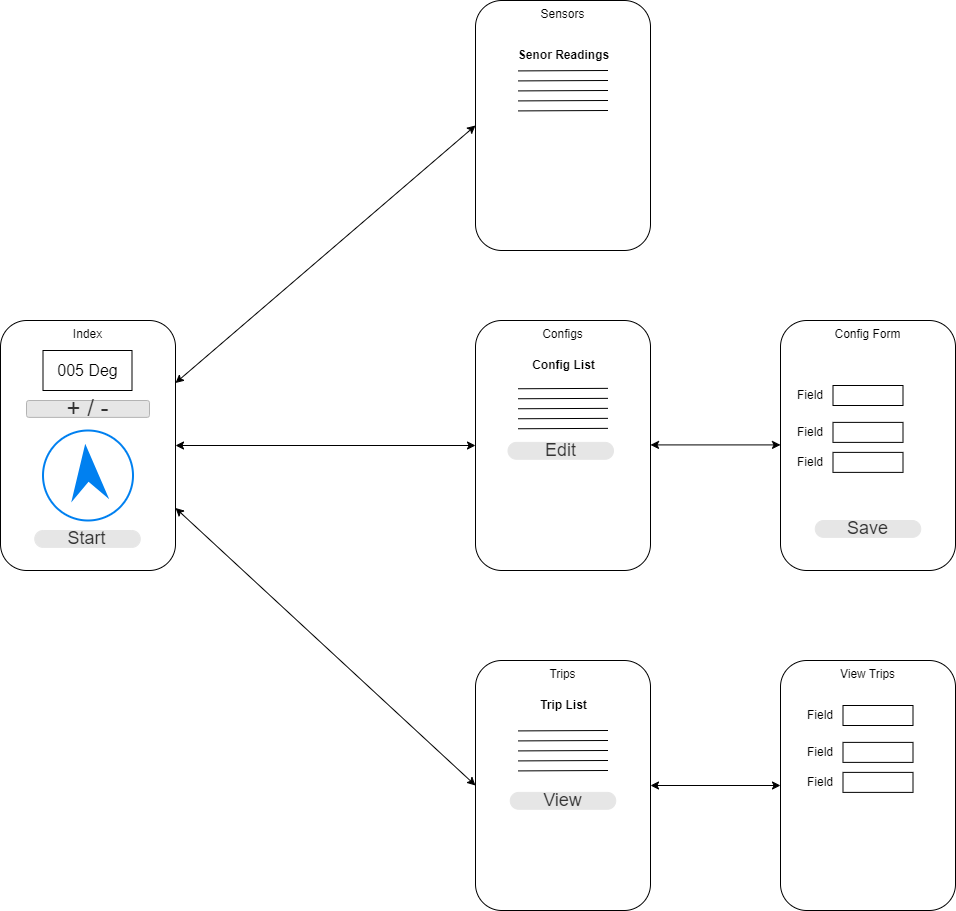
SailoBam/slap keeps this draw.io diagram as slap/docs/report/design/navigationDesign.drawio.png. Above is the earlier version. Source tidied: cells renumbered, new cells last; positions are measured from the earlier drawing's top-left corner, leaving out a move shared by most shapes.
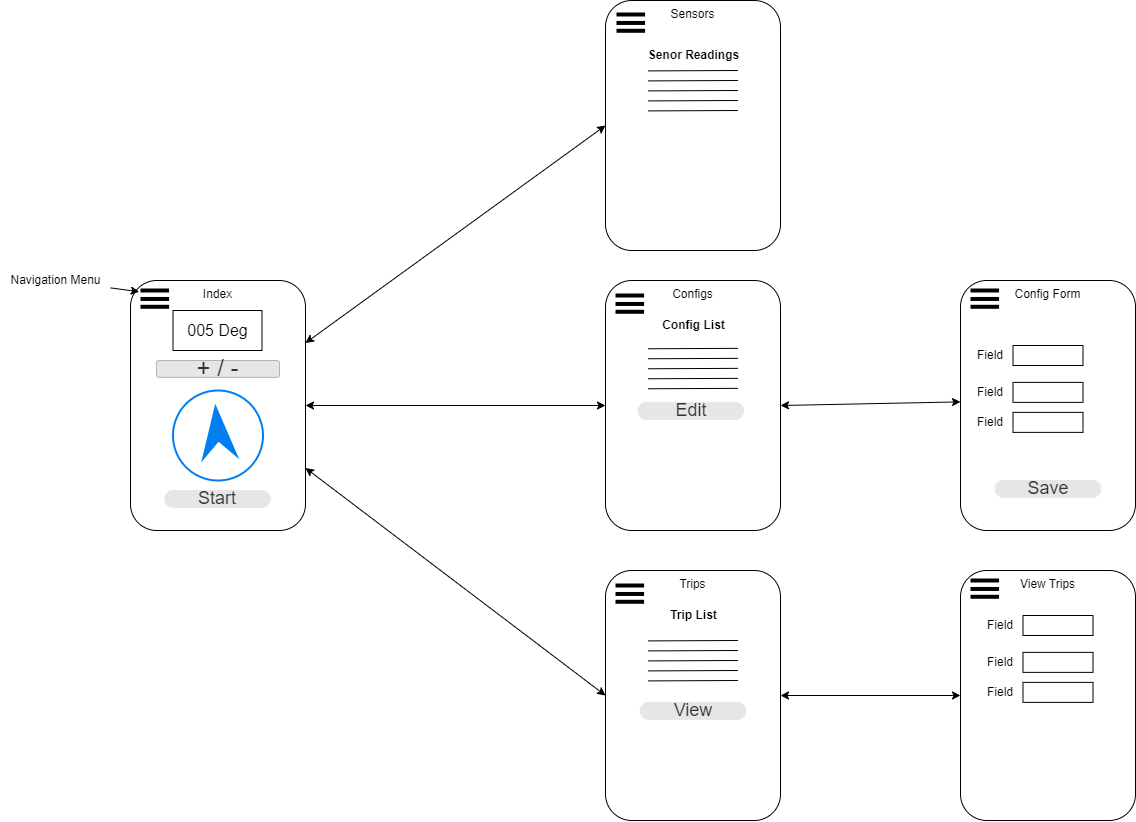
The same file after the commit.

Change to the diagram source:
```diff
@@ -12,16 +12,16 @@
       <mxGeometry x="475" y="320" width="175" height="250" as="geometry" />
     </mxCell>
     <mxCell id="5" value="&lt;span style=&quot;color: rgb(0, 0, 0);&quot;&gt;Config Form&lt;/span&gt;" style="rounded=1;whiteSpace=wrap;html=1;verticalAlign=top;" parent="1" vertex="1">
-      <mxGeometry x="780" y="320" width="175" height="250" as="geometry" />
+      <mxGeometry x="830" y="320" width="175" height="250" as="geometry" />
     </mxCell>
     <mxCell id="6" value="&lt;span style=&quot;color: rgb(0, 0, 0);&quot;&gt;Trips&lt;/span&gt;" style="rounded=1;whiteSpace=wrap;html=1;verticalAlign=top;" parent="1" vertex="1">
-      <mxGeometry x="475" y="660" width="175" height="250" as="geometry" />
+      <mxGeometry x="475" y="610" width="175" height="250" as="geometry" />
     </mxCell>
     <mxCell id="7" value="&lt;span style=&quot;color: rgb(0, 0, 0);&quot;&gt;Sensors&lt;/span&gt;" style="rounded=1;whiteSpace=wrap;html=1;verticalAlign=top;" parent="1" vertex="1">
-      <mxGeometry x="475" width="175" height="250" as="geometry" />
+      <mxGeometry x="475" y="40" width="175" height="250" as="geometry" />
     </mxCell>
     <mxCell id="8" value="&lt;span style=&quot;color: rgb(0, 0, 0);&quot;&gt;View Trips&lt;/span&gt;" style="rounded=1;whiteSpace=wrap;html=1;verticalAlign=top;" parent="1" vertex="1">
-      <mxGeometry x="780" y="660" width="175" height="250" as="geometry" />
+      <mxGeometry x="830" y="610" width="175" height="250" as="geometry" />
     </mxCell>
     <mxCell id="9" style="edgeStyle=none;html=1;exitX=1;exitY=0.25;exitDx=0;exitDy=0;entryX=0;entryY=0.5;entryDx=0;entryDy=0;endArrow=classic;endFill=1;startArrow=classic;startFill=1;verticalAlign=top;" parent="1" edge="1" source="3" target="7">
       <mxGeometry relative="1" as="geometry" />
@@ -32,10 +32,9 @@
     <mxCell id="11" style="edgeStyle=none;html=1;exitX=1;exitY=0.5;exitDx=0;exitDy=0;entryX=0;entryY=0.5;entryDx=0;entryDy=0;endArrow=classic;endFill=1;startArrow=classic;startFill=1;verticalAlign=top;" parent="1" edge="1" source="6" target="8">
       <mxGeometry relative="1" as="geometry" />
     </mxCell>
-    <mxCell id="12" style="edgeStyle=none;html=1;exitX=1;exitY=0.5;exitDx=0;exitDy=0;entryX=0;entryY=0.5;entryDx=0;entryDy=0;endArrow=classic;endFill=1;startArrow=classic;startFill=1;verticalAlign=top;" parent="1" edge="1">
+    <mxCell id="12" style="edgeStyle=none;html=1;exitX=1;exitY=0.5;exitDx=0;exitDy=0;entryX=0;entryY=0.75;entryDx=0;entryDy=0;endArrow=classic;endFill=1;startArrow=classic;startFill=1;verticalAlign=top;" parent="1" edge="1" source="4">
       <mxGeometry relative="1" as="geometry">
-        <mxPoint x="650" y="444.4" as="sourcePoint" />
-        <mxPoint x="780" y="444.4" as="targetPoint" />
+        <mxPoint x="830" y="441.4" as="targetPoint" />
       </mxGeometry>
     </mxCell>
     <mxCell id="13" style="html=1;verticalLabelPosition=bottom;align=center;labelBackgroundColor=#ffffff;verticalAlign=top;strokeWidth=2;strokeColor=#0080F0;shadow=0;dashed=0;shape=mxgraph.ios7.icons.location_2;rotation=-50;direction=east;" parent="1" vertex="1">
@@ -51,36 +50,36 @@
       <mxGeometry x="34.2" y="530" width="105.5" height="16.9" as="geometry" />
     </mxCell>
     <mxCell id="17" value="Senor Readings" style="text;html=1;align=center;verticalAlign=middle;strokeColor=none;fillColor=none;fontStyle=1;" parent="1" vertex="1">
-      <mxGeometry x="507.5" y="40" width="110" height="30" as="geometry" />
+      <mxGeometry x="507.5" y="80" width="110" height="30" as="geometry" />
     </mxCell>
     <mxCell id="18" style="endArrow=none;html=1;" parent="1" edge="1">
       <mxGeometry relative="1" as="geometry">
-        <mxPoint x="517.5" y="70.4" as="sourcePoint" />
-        <mxPoint x="607.5" y="70" as="targetPoint" />
+        <mxPoint x="517.5" y="110.4" as="sourcePoint" />
+        <mxPoint x="607.5" y="110" as="targetPoint" />
       </mxGeometry>
     </mxCell>
     <mxCell id="19" style="endArrow=none;html=1;" parent="1" edge="1">
       <mxGeometry relative="1" as="geometry">
-        <mxPoint x="517.5" y="80.4" as="sourcePoint" />
-        <mxPoint x="607.5" y="80" as="targetPoint" />
+        <mxPoint x="517.5" y="120.4" as="sourcePoint" />
+        <mxPoint x="607.5" y="120" as="targetPoint" />
       </mxGeometry>
     </mxCell>
     <mxCell id="20" style="endArrow=none;html=1;" parent="1" edge="1">
       <mxGeometry relative="1" as="geometry">
-        <mxPoint x="517.5" y="90.4" as="sourcePoint" />
-        <mxPoint x="607.5" y="90" as="targetPoint" />
+        <mxPoint x="517.5" y="130.4" as="sourcePoint" />
+        <mxPoint x="607.5" y="130" as="targetPoint" />
       </mxGeometry>
     </mxCell>
     <mxCell id="21" style="endArrow=none;html=1;" parent="1" edge="1">
       <mxGeometry relative="1" as="geometry">
-        <mxPoint x="517.5" y="100.4" as="sourcePoint" />
-        <mxPoint x="607.5" y="100" as="targetPoint" />
+        <mxPoint x="517.5" y="140.4" as="sourcePoint" />
+        <mxPoint x="607.5" y="140" as="targetPoint" />
       </mxGeometry>
     </mxCell>
     <mxCell id="22" style="endArrow=none;html=1;" parent="1" edge="1">
       <mxGeometry relative="1" as="geometry">
-        <mxPoint x="517.5" y="110.4" as="sourcePoint" />
-        <mxPoint x="607.5" y="110" as="targetPoint" />
+        <mxPoint x="517.5" y="150.4" as="sourcePoint" />
+        <mxPoint x="607.5" y="150" as="targetPoint" />
       </mxGeometry>
     </mxCell>
     <mxCell id="23" style="endArrow=none;html=1;" parent="1" edge="1">
@@ -115,84 +114,216 @@
     </mxCell>
     <mxCell id="28" style="endArrow=none;html=1;" parent="1" edge="1">
       <mxGeometry relative="1" as="geometry">
-        <mxPoint x="517.5" y="730.4" as="sourcePoint" />
-        <mxPoint x="607.5" y="730" as="targetPoint" />
+        <mxPoint x="517.5" y="680.4" as="sourcePoint" />
+        <mxPoint x="607.5" y="680" as="targetPoint" />
       </mxGeometry>
     </mxCell>
     <mxCell id="29" style="endArrow=none;html=1;" parent="1" edge="1">
       <mxGeometry relative="1" as="geometry">
-        <mxPoint x="517.5" y="740.4" as="sourcePoint" />
-        <mxPoint x="607.5" y="740" as="targetPoint" />
+        <mxPoint x="517.5" y="690.4" as="sourcePoint" />
+        <mxPoint x="607.5" y="690" as="targetPoint" />
       </mxGeometry>
     </mxCell>
     <mxCell id="30" style="endArrow=none;html=1;" parent="1" edge="1">
       <mxGeometry relative="1" as="geometry">
-        <mxPoint x="517.5" y="750.4" as="sourcePoint" />
-        <mxPoint x="607.5" y="750" as="targetPoint" />
+        <mxPoint x="517.5" y="700.4" as="sourcePoint" />
+        <mxPoint x="607.5" y="700" as="targetPoint" />
       </mxGeometry>
     </mxCell>
     <mxCell id="31" style="endArrow=none;html=1;" parent="1" edge="1">
       <mxGeometry relative="1" as="geometry">
-        <mxPoint x="517.5" y="760.4" as="sourcePoint" />
-        <mxPoint x="607.5" y="760" as="targetPoint" />
+        <mxPoint x="517.5" y="710.4" as="sourcePoint" />
+        <mxPoint x="607.5" y="710" as="targetPoint" />
       </mxGeometry>
     </mxCell>
     <mxCell id="32" style="endArrow=none;html=1;" parent="1" edge="1">
       <mxGeometry relative="1" as="geometry">
-        <mxPoint x="517.5" y="770.4" as="sourcePoint" />
-        <mxPoint x="607.5" y="770" as="targetPoint" />
+        <mxPoint x="517.5" y="720.4" as="sourcePoint" />
+        <mxPoint x="607.5" y="720" as="targetPoint" />
       </mxGeometry>
     </mxCell>
     <mxCell id="33" value="Config List" style="text;html=1;align=center;verticalAlign=middle;strokeColor=none;fillColor=none;fontStyle=1;" parent="1" vertex="1">
       <mxGeometry x="522.5" y="350" width="80" height="30" as="geometry" />
     </mxCell>
     <mxCell id="34" value="&lt;span&gt;Trip List&lt;/span&gt;" style="text;html=1;align=center;verticalAlign=middle;strokeColor=none;fillColor=none;fontStyle=1;" parent="1" vertex="1">
-      <mxGeometry x="527.5" y="690" width="70" height="30" as="geometry" />
+      <mxGeometry x="527.5" y="640" width="70" height="30" as="geometry" />
     </mxCell>
     <mxCell id="35" value="Field" style="text;html=1;align=center;verticalAlign=middle;whiteSpace=wrap;rounded=0;" parent="1" vertex="1">
-      <mxGeometry x="780" y="380" width="60" height="30" as="geometry" />
+      <mxGeometry x="830" y="380" width="60" height="30" as="geometry" />
     </mxCell>
     <mxCell id="36" style="rounded=0;whiteSpace=wrap;html=1;" parent="1" vertex="1">
-      <mxGeometry x="832.5" y="385" width="70" height="20" as="geometry" />
+      <mxGeometry x="882.5" y="385" width="70" height="20" as="geometry" />
     </mxCell>
     <mxCell id="37" value="Field" style="text;html=1;align=center;verticalAlign=middle;whiteSpace=wrap;rounded=0;" parent="1" vertex="1">
-      <mxGeometry x="780" y="416.9" width="60" height="30" as="geometry" />
+      <mxGeometry x="830" y="416.9" width="60" height="30" as="geometry" />
     </mxCell>
     <mxCell id="38" style="rounded=0;whiteSpace=wrap;html=1;" parent="1" vertex="1">
-      <mxGeometry x="832.5" y="421.9" width="70" height="20" as="geometry" />
+      <mxGeometry x="882.5" y="421.9" width="70" height="20" as="geometry" />
     </mxCell>
     <mxCell id="39" value="Field" style="text;html=1;align=center;verticalAlign=middle;whiteSpace=wrap;rounded=0;" parent="1" vertex="1">
-      <mxGeometry x="780" y="446.9" width="60" height="30" as="geometry" />
+      <mxGeometry x="830" y="446.9" width="60" height="30" as="geometry" />
     </mxCell>
     <mxCell id="40" style="rounded=0;whiteSpace=wrap;html=1;" parent="1" vertex="1">
-      <mxGeometry x="832.5" y="451.9" width="70" height="20" as="geometry" />
+      <mxGeometry x="882.5" y="451.9" width="70" height="20" as="geometry" />
     </mxCell>
     <mxCell id="41" value="Field" style="text;html=1;align=center;verticalAlign=middle;whiteSpace=wrap;rounded=0;" parent="1" vertex="1">
-      <mxGeometry x="790" y="700" width="60" height="30" as="geometry" />
+      <mxGeometry x="840" y="650" width="60" height="30" as="geometry" />
     </mxCell>
     <mxCell id="42" style="rounded=0;whiteSpace=wrap;html=1;" parent="1" vertex="1">
-      <mxGeometry x="842.5" y="705" width="70" height="20" as="geometry" />
+      <mxGeometry x="892.5" y="655" width="70" height="20" as="geometry" />
     </mxCell>
     <mxCell id="43" value="Field" style="text;html=1;align=center;verticalAlign=middle;whiteSpace=wrap;rounded=0;" parent="1" vertex="1">
-      <mxGeometry x="790" y="736.9" width="60" height="30" as="geometry" />
+      <mxGeometry x="840" y="686.9" width="60" height="30" as="geometry" />
     </mxCell>
     <mxCell id="44" style="rounded=0;whiteSpace=wrap;html=1;" parent="1" vertex="1">
-      <mxGeometry x="842.5" y="741.9" width="70" height="20" as="geometry" />
+      <mxGeometry x="892.5" y="691.9" width="70" height="20" as="geometry" />
     </mxCell>
     <mxCell id="45" value="Field" style="text;html=1;align=center;verticalAlign=middle;whiteSpace=wrap;rounded=0;" parent="1" vertex="1">
-      <mxGeometry x="790" y="766.9" width="60" height="30" as="geometry" />
+      <mxGeometry x="840" y="716.9" width="60" height="30" as="geometry" />
     </mxCell>
     <mxCell id="46" style="rounded=0;whiteSpace=wrap;html=1;" parent="1" vertex="1">
-      <mxGeometry x="842.5" y="771.9" width="70" height="20" as="geometry" />
+      <mxGeometry x="892.5" y="721.9" width="70" height="20" as="geometry" />
     </mxCell>
     <mxCell id="47" value="&lt;font style=&quot;font-size: 18px;&quot;&gt;Save&lt;/font&gt;" style="rounded=1;html=1;shadow=0;dashed=0;whiteSpace=wrap;fontSize=10;fillColor=#E6E6E6;align=center;strokeColor=#E6E6E6;fontColor=#333333;arcSize=50;" parent="1" vertex="1">
-      <mxGeometry x="814.8" y="520" width="105.5" height="16.9" as="geometry" />
+      <mxGeometry x="864.8" y="520" width="105.5" height="16.9" as="geometry" />
     </mxCell>
     <mxCell id="48" value="&lt;font style=&quot;font-size: 18px;&quot;&gt;Edit&lt;/font&gt;&lt;span style=&quot;font-family: monospace; font-size: 0px; text-align: start; text-wrap: nowrap;&quot;&gt;%3CmxGraphModel%3E%3Croot%3E%3CmxCell%20id%3D%220%22%2F%3E%3CmxCell%20id%3D%221%22%20parent%3D%220%22%2F%3E%3CmxCell%20id%3D%222%22%20value%3D%22%26lt%3Bfont%20style%3D%26quot%3Bfont-size%3A%2018px%3B%26quot%3B%26gt%3BSave%26lt%3B%2Ffont%26gt%3B%22%20style%3D%22rounded%3D1%3Bhtml%3D1%3Bshadow%3D0%3Bdashed%3D0%3BwhiteSpace%3Dwrap%3BfontSize%3D10%3BfillColor%3D%23E6E6E6%3Balign%3Dcenter%3BstrokeColor%3D%23E6E6E6%3BfontColor%3D%23333333%3BarcSize%3D50%3B%22%20vertex%3D%221%22%20parent%3D%221%22%3E%3CmxGeometry%20x%3D%221014.75%22%20y%3D%22450%22%20width%3D%22105.5%22%20height%3D%2216.88%22%20as%3D%22geometry%22%2F%3E%3C%2FmxCell%3E%3C%2Froot%3E%3C%2FmxGraphModel%3E&lt;/span&gt;" style="rounded=1;html=1;shadow=0;dashed=0;whiteSpace=wrap;fontSize=10;fillColor=#E6E6E6;align=center;strokeColor=#E6E6E6;fontColor=#333333;arcSize=50;" parent="1" vertex="1">
       <mxGeometry x="507.5" y="441.9" width="105.5" height="16.9" as="geometry" />
     </mxCell>
     <mxCell id="49" value="&lt;span style=&quot;font-size: 18px;&quot;&gt;View&lt;/span&gt;" style="rounded=1;html=1;shadow=0;dashed=0;whiteSpace=wrap;fontSize=10;fillColor=#E6E6E6;align=center;strokeColor=#E6E6E6;fontColor=#333333;arcSize=50;" parent="1" vertex="1">
-      <mxGeometry x="509.8" y="791.9" width="105.5" height="16.9" as="geometry" />
+      <mxGeometry x="509.8" y="741.9" width="105.5" height="16.9" as="geometry" />
     </mxCell>
+    <mxCell id="50" style="group;" parent="1" vertex="1">
+      <mxGeometry x="10" y="330" width="20" height="20" as="geometry" />
+    </mxCell>
+    <mxCell id="51" style="edgeStyle=none;orthogonalLoop=1;jettySize=auto;html=1;endArrow=none;endFill=0;jumpSize=33;strokeWidth=4;" parent="50" edge="1">
+      <mxGeometry relative="1" as="geometry">
+        <mxPoint as="sourcePoint" />
+        <mxPoint x="28.6" as="targetPoint" />
+      </mxGeometry>
+    </mxCell>
+    <mxCell id="52" style="edgeStyle=none;orthogonalLoop=1;jettySize=auto;html=1;endArrow=none;endFill=0;jumpSize=33;strokeWidth=4;" parent="50" edge="1">
+      <mxGeometry relative="1" as="geometry">
+        <mxPoint y="8.5" as="sourcePoint" />
+        <mxPoint x="28.6" y="8.5" as="targetPoint" />
+      </mxGeometry>
+    </mxCell>
+    <mxCell id="53" style="edgeStyle=none;orthogonalLoop=1;jettySize=auto;html=1;endArrow=none;endFill=0;jumpSize=33;strokeWidth=4;" parent="50" edge="1">
+      <mxGeometry relative="1" as="geometry">
+        <mxPoint y="16.3" as="sourcePoint" />
+        <mxPoint x="28.6" y="16.3" as="targetPoint" />
+      </mxGeometry>
+    </mxCell>
+    <mxCell id="54" style="group;" parent="1" vertex="1">
+      <mxGeometry x="485" y="335" width="19" height="20" as="geometry" />
+    </mxCell>
+    <mxCell id="55" style="edgeStyle=none;orthogonalLoop=1;jettySize=auto;html=1;endArrow=none;endFill=0;jumpSize=33;strokeWidth=4;" parent="54" edge="1">
+      <mxGeometry relative="1" as="geometry">
+        <mxPoint as="sourcePoint" />
+        <mxPoint x="28.6" as="targetPoint" />
+      </mxGeometry>
+    </mxCell>
+    <mxCell id="56" style="edgeStyle=none;orthogonalLoop=1;jettySize=auto;html=1;endArrow=none;endFill=0;jumpSize=33;strokeWidth=4;" parent="54" edge="1">
+      <mxGeometry relative="1" as="geometry">
+        <mxPoint y="8.5" as="sourcePoint" />
+        <mxPoint x="28.6" y="8.5" as="targetPoint" />
+      </mxGeometry>
+    </mxCell>
+    <mxCell id="57" style="edgeStyle=none;orthogonalLoop=1;jettySize=auto;html=1;endArrow=none;endFill=0;jumpSize=33;strokeWidth=4;" parent="54" edge="1">
+      <mxGeometry relative="1" as="geometry">
+        <mxPoint y="16.3" as="sourcePoint" />
+        <mxPoint x="28.6" y="16.3" as="targetPoint" />
+      </mxGeometry>
+    </mxCell>
+    <mxCell id="58" style="group;" parent="1" vertex="1">
+      <mxGeometry x="486" y="54" width="19" height="20" as="geometry" />
+    </mxCell>
+    <mxCell id="59" style="edgeStyle=none;orthogonalLoop=1;jettySize=auto;html=1;endArrow=none;endFill=0;jumpSize=33;strokeWidth=4;" parent="58" edge="1">
+      <mxGeometry relative="1" as="geometry">
+        <mxPoint as="sourcePoint" />
+        <mxPoint x="28.6" as="targetPoint" />
+      </mxGeometry>
+    </mxCell>
+    <mxCell id="60" style="edgeStyle=none;orthogonalLoop=1;jettySize=auto;html=1;endArrow=none;endFill=0;jumpSize=33;strokeWidth=4;" parent="58" edge="1">
+      <mxGeometry relative="1" as="geometry">
+        <mxPoint y="8.5" as="sourcePoint" />
+        <mxPoint x="28.6" y="8.5" as="targetPoint" />
+      </mxGeometry>
+    </mxCell>
+    <mxCell id="61" style="edgeStyle=none;orthogonalLoop=1;jettySize=auto;html=1;endArrow=none;endFill=0;jumpSize=33;strokeWidth=4;" parent="58" edge="1">
+      <mxGeometry relative="1" as="geometry">
+        <mxPoint y="16.3" as="sourcePoint" />
+        <mxPoint x="28.6" y="16.3" as="targetPoint" />
+      </mxGeometry>
+    </mxCell>
+    <mxCell id="62" style="group;" parent="1" vertex="1">
+      <mxGeometry x="485" y="625" width="19" height="20" as="geometry" />
+    </mxCell>
+    <mxCell id="63" style="edgeStyle=none;orthogonalLoop=1;jettySize=auto;html=1;endArrow=none;endFill=0;jumpSize=33;strokeWidth=4;" parent="62" edge="1">
+      <mxGeometry relative="1" as="geometry">
+        <mxPoint as="sourcePoint" />
+        <mxPoint x="28.6" as="targetPoint" />
+      </mxGeometry>
+    </mxCell>
+    <mxCell id="64" style="edgeStyle=none;orthogonalLoop=1;jettySize=auto;html=1;endArrow=none;endFill=0;jumpSize=33;strokeWidth=4;" parent="62" edge="1">
+      <mxGeometry relative="1" as="geometry">
+        <mxPoint y="8.5" as="sourcePoint" />
+        <mxPoint x="28.6" y="8.5" as="targetPoint" />
+      </mxGeometry>
+    </mxCell>
+    <mxCell id="65" style="edgeStyle=none;orthogonalLoop=1;jettySize=auto;html=1;endArrow=none;endFill=0;jumpSize=33;strokeWidth=4;" parent="62" edge="1">
+      <mxGeometry relative="1" as="geometry">
+        <mxPoint y="16.3" as="sourcePoint" />
+        <mxPoint x="28.6" y="16.3" as="targetPoint" />
+      </mxGeometry>
+    </mxCell>
+    <mxCell id="66" style="group;" parent="1" vertex="1">
+      <mxGeometry x="840" y="620" width="19" height="20" as="geometry" />
+    </mxCell>
+    <mxCell id="67" style="edgeStyle=none;orthogonalLoop=1;jettySize=auto;html=1;endArrow=none;endFill=0;jumpSize=33;strokeWidth=4;" parent="66" edge="1">
+      <mxGeometry relative="1" as="geometry">
+        <mxPoint as="sourcePoint" />
+        <mxPoint x="28.6" as="targetPoint" />
+      </mxGeometry>
+    </mxCell>
+    <mxCell id="68" style="edgeStyle=none;orthogonalLoop=1;jettySize=auto;html=1;endArrow=none;endFill=0;jumpSize=33;strokeWidth=4;" parent="66" edge="1">
+      <mxGeometry relative="1" as="geometry">
+        <mxPoint y="8.5" as="sourcePoint" />
+        <mxPoint x="28.6" y="8.5" as="targetPoint" />
+      </mxGeometry>
+    </mxCell>
+    <mxCell id="69" style="edgeStyle=none;orthogonalLoop=1;jettySize=auto;html=1;endArrow=none;endFill=0;jumpSize=33;strokeWidth=4;" parent="66" edge="1">
+      <mxGeometry relative="1" as="geometry">
+        <mxPoint y="16.3" as="sourcePoint" />
+        <mxPoint x="28.6" y="16.3" as="targetPoint" />
+      </mxGeometry>
+    </mxCell>
+    <mxCell id="70" style="group;" parent="1" vertex="1">
+      <mxGeometry x="840" y="330" width="19" height="20" as="geometry" />
+    </mxCell>
+    <mxCell id="71" style="edgeStyle=none;orthogonalLoop=1;jettySize=auto;html=1;endArrow=none;endFill=0;jumpSize=33;strokeWidth=4;" parent="70" edge="1">
+      <mxGeometry relative="1" as="geometry">
+        <mxPoint as="sourcePoint" />
+        <mxPoint x="28.6" as="targetPoint" />
+      </mxGeometry>
+    </mxCell>
+    <mxCell id="72" style="edgeStyle=none;orthogonalLoop=1;jettySize=auto;html=1;endArrow=none;endFill=0;jumpSize=33;strokeWidth=4;" parent="70" edge="1">
+      <mxGeometry relative="1" as="geometry">
+        <mxPoint y="8.5" as="sourcePoint" />
+        <mxPoint x="28.6" y="8.5" as="targetPoint" />
+      </mxGeometry>
+    </mxCell>
+    <mxCell id="73" style="edgeStyle=none;orthogonalLoop=1;jettySize=auto;html=1;endArrow=none;endFill=0;jumpSize=33;strokeWidth=4;" parent="70" edge="1">
+      <mxGeometry relative="1" as="geometry">
+        <mxPoint y="16.3" as="sourcePoint" />
+        <mxPoint x="28.6" y="16.3" as="targetPoint" />
+      </mxGeometry>
+    </mxCell>
+    <mxCell id="74" value="Navigation Menu" style="text;html=1;align=center;verticalAlign=middle;points=[];strokeColor=none;fillColor=none;" parent="1" vertex="1">
+      <mxGeometry x="-130" y="305" width="110" height="30" as="geometry" />
+    </mxCell>
+    <mxCell id="75" style="edgeStyle=none;jettySize=auto;html=1;entryX=0.05;entryY=0.045;entryDx=0;entryDy=0;entryPerimeter=0;" parent="1" edge="1" source="74" target="3">
+      <mxGeometry relative="1" as="geometry" />
+    </mxCell>
   </root>
 </mxGraphModel>
```
